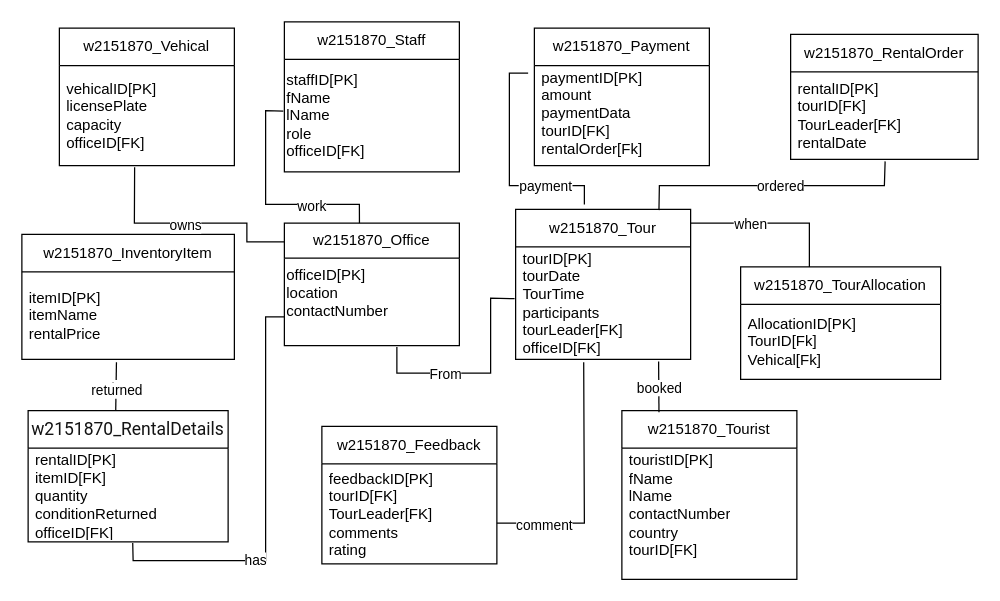
Before: Untitled Diagram.drawio in Yoda200512/codes, a draw.io diagram. Source tidied: cells renumbered, new cells numbered last; positions are measured from the earlier drawing's top-left corner, leaving out a move shared by most shapes. Both pictures are drawn from the tidied source at 125%, with x=0, y=0 at pixel (21, 21).
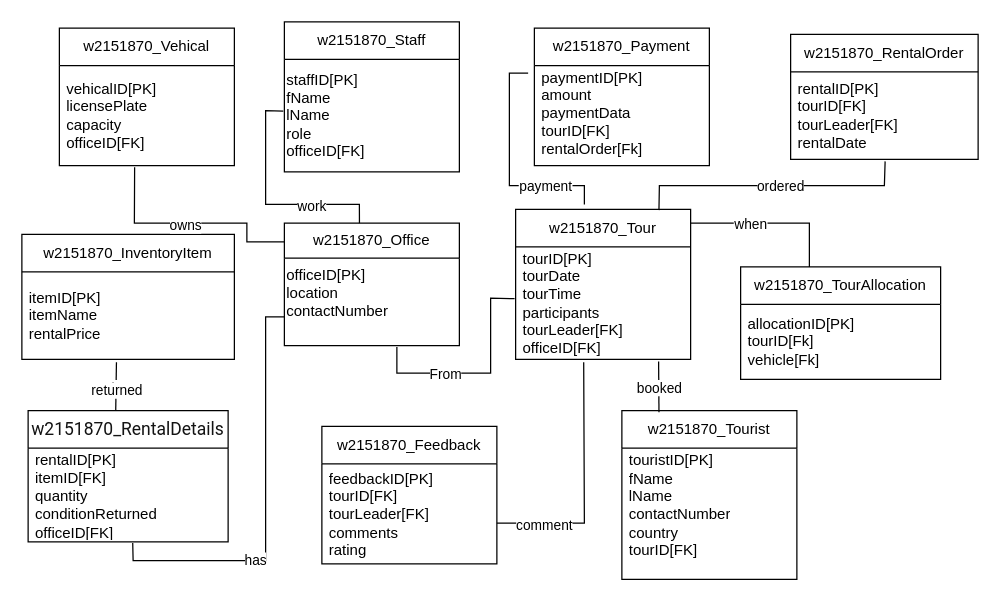
After the change.

The change refers to these unchanged cells:
```xml
<mxCell id="10" value="w2151870_Tour" style="swimlane;fontStyle=0;horizontal=1;startSize=30;whiteSpace=wrap;html=1;" parent="1" vertex="1">
  <mxGeometry x="395" y="150" width="140" height="120" as="geometry" />
</mxCell>
<mxCell id="14" value="w2151870_TourAllocation" style="swimlane;fontStyle=0;horizontal=1;startSize=30;whiteSpace=wrap;html=1;" parent="1" vertex="1">
  <mxGeometry x="575" y="196" width="160" height="90" as="geometry" />
</mxCell>
<mxCell id="18" value="w2151870_RentalOrder" style="swimlane;fontStyle=0;horizontal=1;startSize=30;whiteSpace=wrap;html=1;" parent="1" vertex="1">
  <mxGeometry x="615" y="10" width="150" height="100" as="geometry" />
</mxCell>
<mxCell id="22" value="w2151870_Feedback" style="swimlane;fontStyle=0;horizontal=1;startSize=30;whiteSpace=wrap;html=1;" parent="1" vertex="1">
  <mxGeometry x="240" y="323.5" width="140" height="110" as="geometry" />
</mxCell>
```

The edit, as a diff of the source:
```diff
@@
-    <mxCell id="11" value="tourID[PK]&lt;div&gt;tourDate&lt;/div&gt;&lt;div&gt;TourTime&lt;/div&gt;&lt;div&gt;participants&lt;/div&gt;&lt;div&gt;tourLeader[FK]&lt;/div&gt;&lt;div&gt;officeID[FK]&lt;/div&gt;" style="text;strokeColor=none;fillColor=none;align=left;verticalAlign=middle;spacingLeft=4;spacingRight=4;overflow=hidden;points=[[0,0.5],[1,0.5]];portConstraint=eastwest;whiteSpace=wrap;html=1;" parent="10" vertex="1">
+    <mxCell id="11" value="tourID[PK]&lt;div&gt;tourDate&lt;/div&gt;&lt;div&gt;tourTime&lt;/div&gt;&lt;div&gt;participants&lt;/div&gt;&lt;div&gt;tourLeader[FK]&lt;/div&gt;&lt;div&gt;officeID[FK]&lt;/div&gt;" style="text;strokeColor=none;fillColor=none;align=left;verticalAlign=middle;spacingLeft=4;spacingRight=4;overflow=hidden;points=[[0,0.5],[1,0.5]];portConstraint=eastwest;whiteSpace=wrap;html=1;" parent="10" vertex="1">
       <mxGeometry y="30" width="140" height="90" as="geometry" />
     </mxCell>
@@
-    <mxCell id="15" value="AllocationID[PK]&lt;div&gt;TourID[Fk]&lt;/div&gt;&lt;div&gt;Vehical[Fk]&lt;/div&gt;" style="text;strokeColor=none;fillColor=none;align=left;verticalAlign=middle;spacingLeft=4;spacingRight=4;overflow=hidden;whiteSpace=wrap;html=1;" parent="14" vertex="1">
+    <mxCell id="15" value="allocationID[PK]&lt;div&gt;tourID[Fk]&lt;/div&gt;&lt;div&gt;vehicle[Fk]&lt;/div&gt;" style="text;strokeColor=none;fillColor=none;align=left;verticalAlign=middle;spacingLeft=4;spacingRight=4;overflow=hidden;whiteSpace=wrap;html=1;" parent="14" vertex="1">
       <mxGeometry y="30" width="160" height="60" as="geometry" />
     </mxCell>
@@
-    <mxCell id="19" value="rentalID[PK]&lt;div&gt;tourID[FK]&lt;/div&gt;&lt;div&gt;TourLeader[FK]&lt;/div&gt;&lt;div&gt;rentalDate&lt;/div&gt;" style="text;strokeColor=none;fillColor=none;align=left;verticalAlign=middle;spacingLeft=4;spacingRight=4;overflow=hidden;points=[[0,0.5],[1,0.5]];portConstraint=eastwest;whiteSpace=wrap;html=1;" parent="18" vertex="1">
+    <mxCell id="19" value="rentalID[PK]&lt;div&gt;tourID[FK]&lt;/div&gt;&lt;div&gt;tourLeader[FK]&lt;/div&gt;&lt;div&gt;rentalDate&lt;/div&gt;" style="text;strokeColor=none;fillColor=none;align=left;verticalAlign=middle;spacingLeft=4;spacingRight=4;overflow=hidden;points=[[0,0.5],[1,0.5]];portConstraint=eastwest;whiteSpace=wrap;html=1;" parent="18" vertex="1">
       <mxGeometry y="30" width="150" height="70" as="geometry" />
     </mxCell>
@@
-    <mxCell id="23" value="feedbackID[PK]&lt;div&gt;tourID[FK]&lt;/div&gt;&lt;div&gt;TourLeader[FK]&lt;/div&gt;&lt;div&gt;comments&lt;/div&gt;&lt;div&gt;rating&lt;/div&gt;" style="text;strokeColor=none;fillColor=none;align=left;verticalAlign=middle;spacingLeft=4;spacingRight=4;overflow=hidden;whiteSpace=wrap;html=1;" parent="22" vertex="1">
+    <mxCell id="23" value="feedbackID[PK]&lt;div&gt;tourID[FK]&lt;/div&gt;&lt;div&gt;tourLeader[FK]&lt;/div&gt;&lt;div&gt;comments&lt;/div&gt;&lt;div&gt;rating&lt;/div&gt;" style="text;strokeColor=none;fillColor=none;align=left;verticalAlign=middle;spacingLeft=4;spacingRight=4;overflow=hidden;whiteSpace=wrap;html=1;" parent="22" vertex="1">
       <mxGeometry y="30" width="140" height="80" as="geometry" />
     </mxCell>
```
